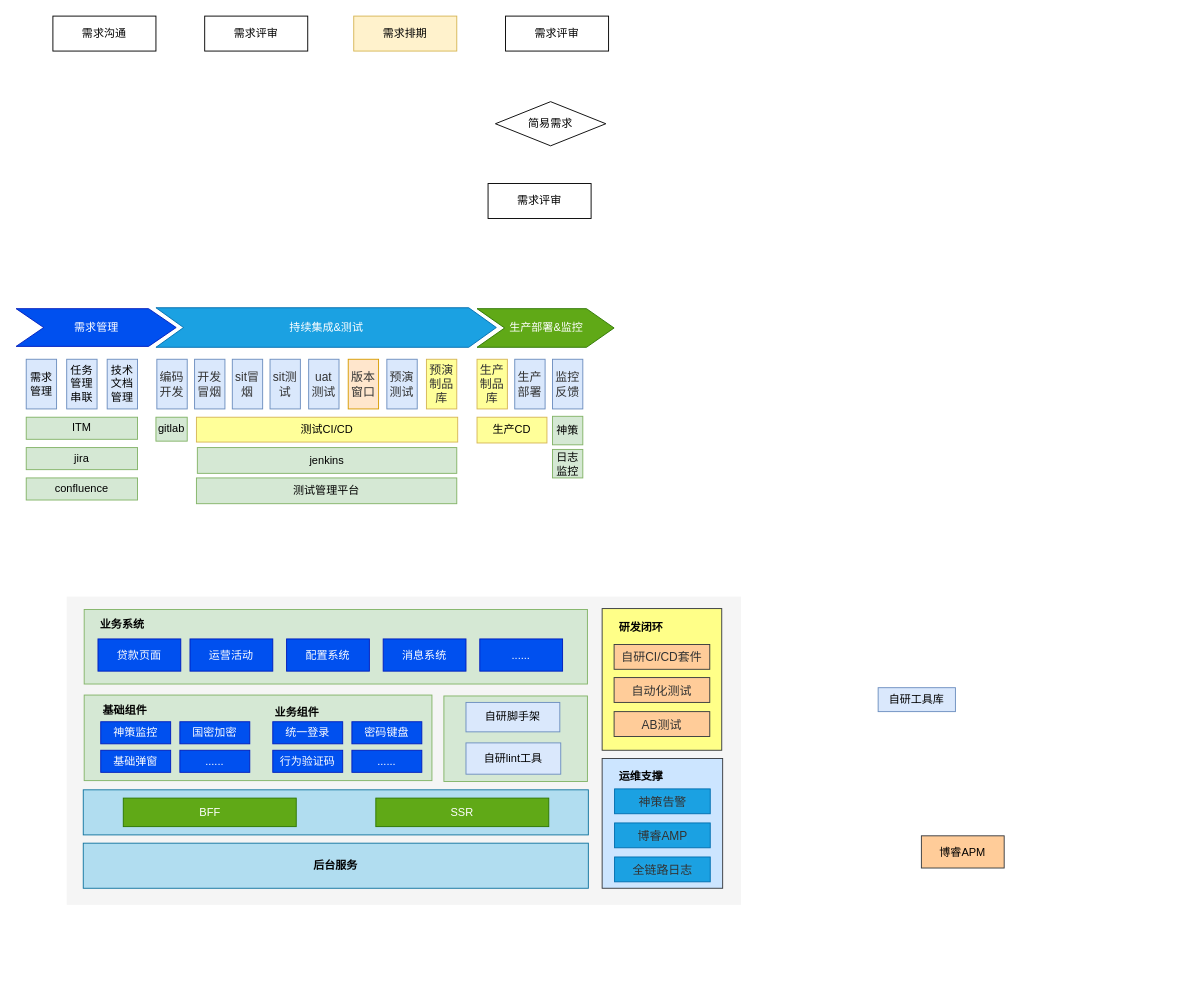
The draw.io diagram src/Untitled Diagram.drawio in qqstt/diagram, before the edit. Source tidied: cells renumbered, new cells numbered last; positions are measured from the earlier drawing's top-left corner, leaving out a move shared by most shapes. Both pictures are drawn from the tidied source at 92%, with x=0, y=0 at pixel (16, 16).
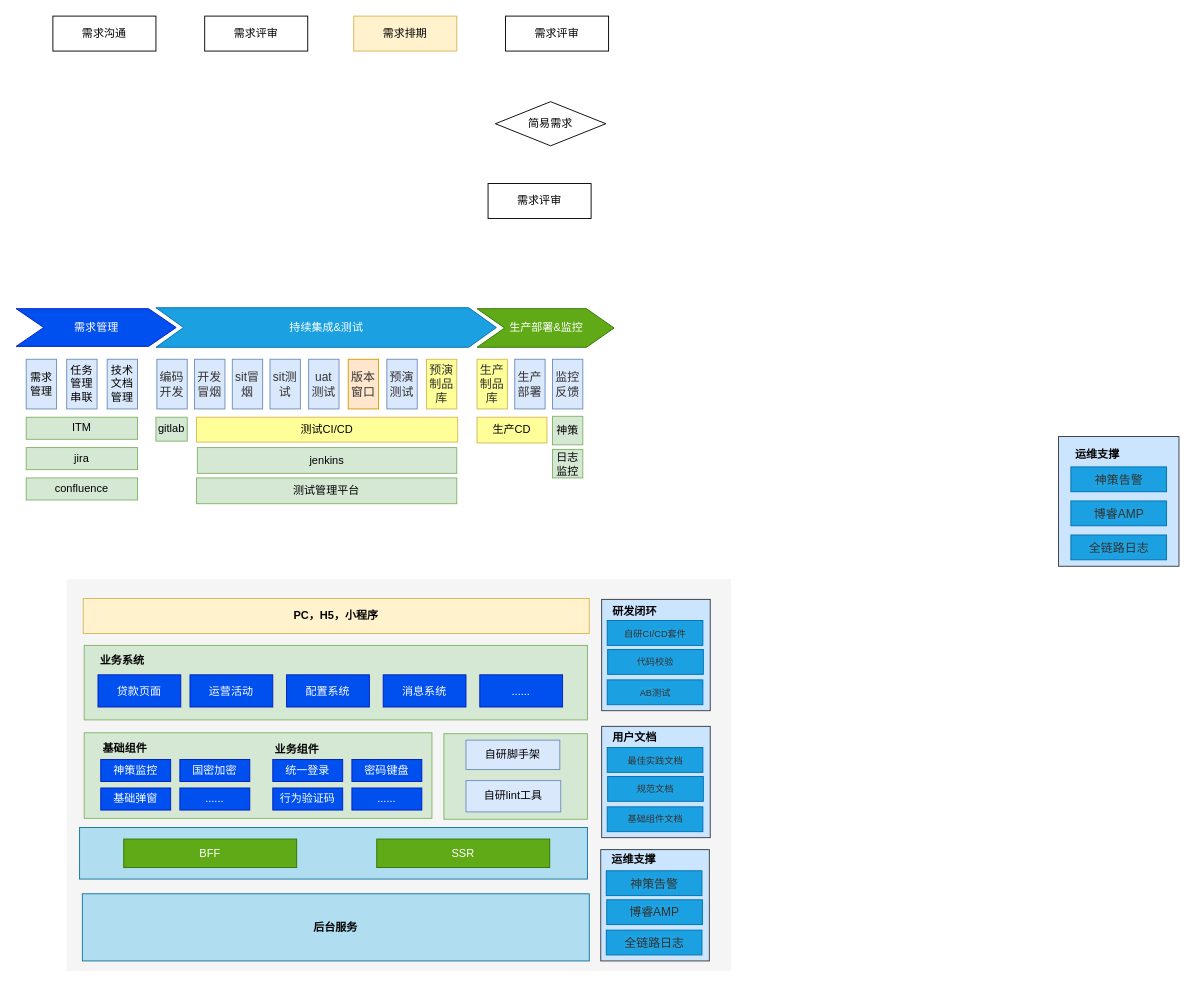
After the change.

Change to the diagram source:
```diff
@@
-    <mxCell id="35" value="博睿APM" style="rounded=0;whiteSpace=wrap;html=1;fillColor=#ffcc99;strokeColor=#36393d;" parent="1" vertex="1">
-      <mxGeometry x="984" y="891" width="90" height="35" as="geometry" />
-    </mxCell>
-    <mxCell id="36" value="自研工具库" style="rounded=0;whiteSpace=wrap;html=1;fillColor=#dae8fc;strokeColor=#6c8ebf;" parent="1" vertex="1">
-      <mxGeometry x="937" y="730" width="84" height="26" as="geometry" />
-    </mxCell>
     <mxCell id="37" style="rounded=0;whiteSpace=wrap;html=1;fillColor=#f5f5f5;strokeColor=none;strokeWidth=1;perimeterSpacing=8;shadow=0;sketch=0;glass=0;fontColor=#333333;" parent="1" vertex="1">
-      <mxGeometry x="55" y="631" width="733" height="335" as="geometry" />
+      <mxGeometry x="55" y="612" width="722" height="426" as="geometry" />
     </mxCell>
     <mxCell id="38" style="rounded=0;whiteSpace=wrap;html=1;fillColor=#d5e8d4;strokeColor=#82b366;" parent="1" vertex="1">
-      <mxGeometry x="74" y="645" width="547" height="81" as="geometry" />
+      <mxGeometry x="74" y="684" width="547" height="81" as="geometry" />
     </mxCell>
     <mxCell id="39" value="&lt;b&gt;业务系统&lt;/b&gt;" style="text;html=1;align=center;verticalAlign=middle;fillColor=none;strokeColor=none;rounded=0;" parent="1" vertex="1">
-      <mxGeometry x="86" y="653" width="58" height="18" as="geometry" />
+      <mxGeometry x="86" y="692" width="58" height="18" as="geometry" />
     </mxCell>
     <mxCell id="40" value="贷款页面" style="rounded=0;whiteSpace=wrap;html=1;fillColor=#0050ef;strokeColor=#001DBC;fontColor=#ffffff;" parent="1" vertex="1">
-      <mxGeometry x="89" y="677" width="90" height="35" as="geometry" />
+      <mxGeometry x="89" y="716" width="90" height="35" as="geometry" />
     </mxCell>
     <mxCell id="41" value="运营活动" style="rounded=0;whiteSpace=wrap;html=1;fillColor=#0050ef;strokeColor=#001DBC;fontColor=#ffffff;" parent="1" vertex="1">
-      <mxGeometry x="189" y="677" width="90" height="35" as="geometry" />
+      <mxGeometry x="189" y="716" width="90" height="35" as="geometry" />
     </mxCell>
     <mxCell id="42" value="配置系统" style="rounded=0;whiteSpace=wrap;html=1;fillColor=#0050ef;strokeColor=#001DBC;fontColor=#ffffff;" parent="1" vertex="1">
-      <mxGeometry x="294" y="677" width="90" height="35" as="geometry" />
+      <mxGeometry x="294" y="716" width="90" height="35" as="geometry" />
     </mxCell>
     <mxCell id="43" value="消息系统" style="rounded=0;whiteSpace=wrap;html=1;fillColor=#0050ef;strokeColor=#001DBC;fontColor=#ffffff;" parent="1" vertex="1">
-      <mxGeometry x="399" y="677" width="90" height="35" as="geometry" />
+      <mxGeometry x="399" y="716" width="90" height="35" as="geometry" />
     </mxCell>
     <mxCell id="44" value="......" style="rounded=0;whiteSpace=wrap;html=1;fillColor=#0050ef;strokeColor=#001DBC;fontColor=#ffffff;" parent="1" vertex="1">
-      <mxGeometry x="504" y="677" width="90" height="35" as="geometry" />
+      <mxGeometry x="504" y="716" width="90" height="35" as="geometry" />
     </mxCell>
     <mxCell id="45" style="rounded=0;whiteSpace=wrap;html=1;fillColor=#d5e8d4;strokeColor=#82b366;" parent="1" vertex="1">
-      <mxGeometry x="74" y="738" width="378" height="93" as="geometry" />
+      <mxGeometry x="74" y="779" width="378" height="93" as="geometry" />
     </mxCell>
     <mxCell id="46" style="rounded=0;whiteSpace=wrap;html=1;fillColor=#b1ddf0;strokeColor=#10739e;" parent="1" vertex="1">
-      <mxGeometry x="73" y="841" width="549" height="49" as="geometry" />
+      <mxGeometry x="69" y="882" width="552" height="56" as="geometry" />
     </mxCell>
     <mxCell id="47" value="&lt;b&gt;后台服务&lt;/b&gt;" style="rounded=0;whiteSpace=wrap;html=1;fillColor=#b1ddf0;strokeColor=#10739e;" parent="1" vertex="1">
-      <mxGeometry x="73" y="899" width="549" height="49" as="geometry" />
+      <mxGeometry x="72" y="954" width="551" height="73" as="geometry" />
     </mxCell>
-    <mxCell id="48" style="rounded=0;whiteSpace=wrap;html=1;fillColor=#ffff88;strokeColor=#36393d;" parent="1" vertex="1">
-      <mxGeometry x="637" y="644" width="130" height="154" as="geometry" />
+    <mxCell id="48" style="rounded=0;whiteSpace=wrap;html=1;fillColor=#cce5ff;strokeColor=#36393d;" parent="1" vertex="1">
+      <mxGeometry x="636.5" y="634" width="118" height="121" as="geometry" />
     </mxCell>
     <mxCell id="49" value="BFF" style="rounded=0;whiteSpace=wrap;html=1;fillColor=#60a917;strokeColor=#2D7600;fontColor=#ffffff;" parent="1" vertex="1">
-      <mxGeometry x="116.5" y="850" width="188" height="31" as="geometry" />
+      <mxGeometry x="117" y="894.5" width="188" height="31" as="geometry" />
     </mxCell>
     <mxCell id="50" value="&lt;b&gt;研发闭环&lt;/b&gt;" style="text;html=1;align=center;verticalAlign=middle;fillColor=none;strokeColor=none;rounded=0;" parent="1" vertex="1">
-      <mxGeometry x="650" y="656" width="58" height="18" as="geometry" />
+      <mxGeometry x="642.5" y="639" width="58" height="18" as="geometry" />
     </mxCell>
-    <mxCell id="51" value="&lt;font color=&quot;#323232&quot;&gt;&lt;span style=&quot;font-size: 13px ; background-color: rgba(255 , 255 , 255 , 0.01)&quot;&gt;自研CI/CD套件&lt;/span&gt;&lt;/font&gt;" style="rounded=0;whiteSpace=wrap;html=1;fillColor=#ffcc99;strokeColor=#36393d;" parent="1" vertex="1">
-      <mxGeometry x="650" y="683" width="104" height="27" as="geometry" />
+    <mxCell id="51" value="&lt;font color=&quot;#323232&quot; style=&quot;font-size: 10px;&quot;&gt;&lt;span style=&quot;font-size: 10px; background-color: rgba(255, 255, 255, 0.01);&quot;&gt;自研CI/CD套件&lt;/span&gt;&lt;/font&gt;" style="rounded=0;whiteSpace=wrap;html=1;fillColor=#1ba1e2;strokeColor=#006EAF;fontSize=10;fontColor=#ffffff;" parent="1" vertex="1">
+      <mxGeometry x="642.5" y="657" width="104" height="27" as="geometry" />
     </mxCell>
-    <mxCell id="52" value="&lt;font color=&quot;#323232&quot;&gt;&lt;span style=&quot;font-size: 13px ; background-color: rgba(255 , 255 , 255 , 0.01)&quot;&gt;自动化测试&lt;/span&gt;&lt;/font&gt;" style="rounded=0;whiteSpace=wrap;html=1;fillColor=#ffcc99;strokeColor=#36393d;" parent="1" vertex="1">
-      <mxGeometry x="650" y="719" width="104" height="27" as="geometry" />
+    <mxCell id="52" value="&lt;font color=&quot;#323232&quot; style=&quot;font-size: 10px;&quot;&gt;&lt;span style=&quot;font-size: 10px; background-color: rgba(255, 255, 255, 0.01);&quot;&gt;代码校验&lt;/span&gt;&lt;/font&gt;" style="rounded=0;whiteSpace=wrap;html=1;fillColor=#1ba1e2;strokeColor=#006EAF;fontSize=10;fontColor=#ffffff;" parent="1" vertex="1">
+      <mxGeometry x="643" y="688.5" width="104" height="27" as="geometry" />
     </mxCell>
-    <mxCell id="53" value="&lt;font color=&quot;#323232&quot;&gt;&lt;span style=&quot;font-size: 13px ; background-color: rgba(255 , 255 , 255 , 0.01)&quot;&gt;AB测试&lt;/span&gt;&lt;/font&gt;" style="rounded=0;whiteSpace=wrap;html=1;fillColor=#ffcc99;strokeColor=#36393d;" parent="1" vertex="1">
-      <mxGeometry x="650" y="756" width="104" height="27" as="geometry" />
+    <mxCell id="53" value="&lt;font color=&quot;#323232&quot; style=&quot;font-size: 10px;&quot;&gt;&lt;span style=&quot;font-size: 10px; background-color: rgba(255, 255, 255, 0.01);&quot;&gt;AB测试&lt;/span&gt;&lt;/font&gt;" style="rounded=0;whiteSpace=wrap;html=1;fillColor=#1ba1e2;strokeColor=#006EAF;fontSize=10;fontColor=#ffffff;" parent="1" vertex="1">
+      <mxGeometry x="642.5" y="721.5" width="104" height="27" as="geometry" />
     </mxCell>
     <mxCell id="54" style="rounded=0;whiteSpace=wrap;html=1;fillColor=#cce5ff;strokeColor=#36393d;" parent="1" vertex="1">
-      <mxGeometry x="637" y="807" width="131" height="141" as="geometry" />
+      <mxGeometry x="1133" y="457" width="131" height="141" as="geometry" />
     </mxCell>
     <mxCell id="55" value="&lt;b&gt;运维支撑&lt;/b&gt;" style="text;html=1;align=center;verticalAlign=middle;fillColor=none;strokeColor=none;rounded=0;" parent="1" vertex="1">
-      <mxGeometry x="650" y="818" width="58" height="18" as="geometry" />
+      <mxGeometry x="1146" y="468" width="58" height="18" as="geometry" />
     </mxCell>
     <mxCell id="56" value="&lt;font color=&quot;#323232&quot;&gt;&lt;span style=&quot;font-size: 13px ; background-color: rgba(255 , 255 , 255 , 0.01)&quot;&gt;神策告警&lt;/span&gt;&lt;/font&gt;" style="rounded=0;whiteSpace=wrap;html=1;fillColor=#1ba1e2;strokeColor=#006EAF;fontColor=#ffffff;" parent="1" vertex="1">
-      <mxGeometry x="650.5" y="840" width="104" height="27" as="geometry" />
+      <mxGeometry x="1146.5" y="490" width="104" height="27" as="geometry" />
     </mxCell>
     <mxCell id="57" value="&lt;font color=&quot;#323232&quot;&gt;&lt;span style=&quot;font-size: 13px ; background-color: rgba(255 , 255 , 255 , 0.01)&quot;&gt;博睿AMP&lt;/span&gt;&lt;/font&gt;" style="rounded=0;whiteSpace=wrap;html=1;fillColor=#1ba1e2;strokeColor=#006EAF;fontColor=#ffffff;" parent="1" vertex="1">
-      <mxGeometry x="650.5" y="877" width="104" height="27" as="geometry" />
+      <mxGeometry x="1146.5" y="527" width="104" height="27" as="geometry" />
     </mxCell>
     <mxCell id="58" value="&lt;font color=&quot;#323232&quot;&gt;&lt;span style=&quot;font-size: 13px ; background-color: rgba(255 , 255 , 255 , 0.01)&quot;&gt;全链路日志&lt;/span&gt;&lt;/font&gt;" style="rounded=0;whiteSpace=wrap;html=1;fillColor=#1ba1e2;strokeColor=#006EAF;fontColor=#ffffff;" parent="1" vertex="1">
-      <mxGeometry x="650.5" y="914" width="104" height="27" as="geometry" />
+      <mxGeometry x="1146.5" y="564" width="104" height="27" as="geometry" />
     </mxCell>
     <mxCell id="59" value="SSR" style="rounded=0;whiteSpace=wrap;html=1;fillColor=#60a917;strokeColor=#2D7600;fontColor=#ffffff;" parent="1" vertex="1">
-      <mxGeometry x="391" y="850" width="188" height="31" as="geometry" />
+      <mxGeometry x="392" y="894.5" width="188" height="31" as="geometry" />
     </mxCell>
     <mxCell id="60" style="rounded=0;whiteSpace=wrap;html=1;fillColor=#d5e8d4;strokeColor=#82b366;" parent="1" vertex="1">
-      <mxGeometry x="465" y="739" width="156" height="93" as="geometry" />
+      <mxGeometry x="465" y="780" width="156" height="93" as="geometry" />
     </mxCell>
     <mxCell id="61" value="自研脚手架" style="rounded=0;whiteSpace=wrap;html=1;fillColor=#dae8fc;strokeColor=#6c8ebf;" parent="1" vertex="1">
-      <mxGeometry x="489" y="746" width="102" height="32" as="geometry" />
+      <mxGeometry x="489" y="787" width="102" height="32" as="geometry" />
     </mxCell>
     <mxCell id="62" value="自研lint工具" style="rounded=0;whiteSpace=wrap;html=1;fillColor=#dae8fc;strokeColor=#6c8ebf;" parent="1" vertex="1">
-      <mxGeometry x="489" y="790" width="103" height="34" as="geometry" />
+      <mxGeometry x="489" y="831" width="103" height="34" as="geometry" />
     </mxCell>
     <mxCell id="63" value="&lt;b&gt;基础组件&lt;/b&gt;" style="text;html=1;align=center;verticalAlign=middle;fillColor=none;strokeColor=none;rounded=0;" parent="1" vertex="1">
-      <mxGeometry x="89" y="746" width="58" height="18" as="geometry" />
+      <mxGeometry x="89" y="787" width="58" height="18" as="geometry" />
     </mxCell>
     <mxCell id="64" value="&lt;b&gt;业务组件&lt;/b&gt;" style="text;html=1;align=center;verticalAlign=middle;fillColor=none;strokeColor=none;rounded=0;" parent="1" vertex="1">
-      <mxGeometry x="276" y="748" width="58" height="18" as="geometry" />
+      <mxGeometry x="276" y="789" width="58" height="18" as="geometry" />
     </mxCell>
     <mxCell id="65" value="统一登录" style="rounded=0;whiteSpace=wrap;html=1;fillColor=#0050ef;strokeColor=#001DBC;fontColor=#ffffff;" parent="1" vertex="1">
-      <mxGeometry x="279" y="767" width="76" height="24" as="geometry" />
+      <mxGeometry x="279" y="808" width="76" height="24" as="geometry" />
     </mxCell>
     <mxCell id="66" value="密码键盘" style="rounded=0;whiteSpace=wrap;html=1;fillColor=#0050ef;strokeColor=#001DBC;fontColor=#ffffff;" parent="1" vertex="1">
-      <mxGeometry x="365" y="767" width="76" height="24" as="geometry" />
+      <mxGeometry x="365" y="808" width="76" height="24" as="geometry" />
     </mxCell>
     <mxCell id="67" value="行为验证码" style="rounded=0;whiteSpace=wrap;html=1;fillColor=#0050ef;strokeColor=#001DBC;fontColor=#ffffff;" parent="1" vertex="1">
-      <mxGeometry x="279" y="798" width="76" height="24" as="geometry" />
+      <mxGeometry x="279" y="839" width="76" height="24" as="geometry" />
     </mxCell>
     <mxCell id="68" value="......" style="rounded=0;whiteSpace=wrap;html=1;fillColor=#0050ef;strokeColor=#001DBC;fontColor=#ffffff;" parent="1" vertex="1">
-      <mxGeometry x="365" y="798" width="76" height="24" as="geometry" />
+      <mxGeometry x="365" y="839" width="76" height="24" as="geometry" />
     </mxCell>
     <mxCell id="69" value="神策监控" style="rounded=0;whiteSpace=wrap;html=1;fillColor=#0050ef;strokeColor=#001DBC;fontColor=#ffffff;" parent="1" vertex="1">
-      <mxGeometry x="92" y="767" width="76" height="24" as="geometry" />
+      <mxGeometry x="92" y="808" width="76" height="24" as="geometry" />
     </mxCell>
     <mxCell id="70" value="国密加密" style="rounded=0;whiteSpace=wrap;html=1;fillColor=#0050ef;strokeColor=#001DBC;fontColor=#ffffff;" parent="1" vertex="1">
-      <mxGeometry x="178" y="767" width="76" height="24" as="geometry" />
+      <mxGeometry x="178" y="808" width="76" height="24" as="geometry" />
     </mxCell>
     <mxCell id="71" value="基础弹窗" style="rounded=0;whiteSpace=wrap;html=1;fillColor=#0050ef;strokeColor=#001DBC;fontColor=#ffffff;" parent="1" vertex="1">
-      <mxGeometry x="92" y="798" width="76" height="24" as="geometry" />
+      <mxGeometry x="92" y="839" width="76" height="24" as="geometry" />
     </mxCell>
     <mxCell id="72" value="......" style="rounded=0;whiteSpace=wrap;html=1;fillColor=#0050ef;strokeColor=#001DBC;fontColor=#ffffff;" parent="1" vertex="1">
-      <mxGeometry x="178" y="798" width="76" height="24" as="geometry" />
+      <mxGeometry x="178" y="839" width="76" height="24" as="geometry" />
     </mxCell>
+    <mxCell id="73" style="rounded=0;whiteSpace=wrap;html=1;fillColor=#cce5ff;strokeColor=#36393d;" parent="1" vertex="1">
+      <mxGeometry x="636.5" y="772" width="118" height="121" as="geometry" />
+    </mxCell>
+    <mxCell id="74" value="&lt;b&gt;用户文档&lt;/b&gt;" style="text;html=1;align=center;verticalAlign=middle;fillColor=none;strokeColor=none;rounded=0;" parent="1" vertex="1">
+      <mxGeometry x="642.5" y="775" width="58" height="18" as="geometry" />
+    </mxCell>
+    <mxCell id="75" value="&lt;span style=&quot;color: rgb(50 , 50 , 50) ; background-color: rgba(255 , 255 , 255 , 0.01)&quot;&gt;最佳实践文档&lt;/span&gt;" style="rounded=0;whiteSpace=wrap;html=1;fillColor=#1ba1e2;strokeColor=#006EAF;fontSize=10;fontColor=#ffffff;" parent="1" vertex="1">
+      <mxGeometry x="642.5" y="795" width="104" height="27" as="geometry" />
+    </mxCell>
+    <mxCell id="76" value="&lt;span style=&quot;color: rgb(50 , 50 , 50) ; background-color: rgba(255 , 255 , 255 , 0.01)&quot;&gt;规范文档&lt;/span&gt;" style="rounded=0;whiteSpace=wrap;html=1;fillColor=#1ba1e2;strokeColor=#006EAF;fontSize=10;fontColor=#ffffff;" parent="1" vertex="1">
+      <mxGeometry x="643" y="826.5" width="104" height="27" as="geometry" />
+    </mxCell>
+    <mxCell id="77" value="&lt;span style=&quot;color: rgb(50 , 50 , 50) ; background-color: rgba(255 , 255 , 255 , 0.01)&quot;&gt;基础组件文档&lt;/span&gt;" style="rounded=0;whiteSpace=wrap;html=1;fillColor=#1ba1e2;strokeColor=#006EAF;fontSize=10;fontColor=#ffffff;" parent="1" vertex="1">
+      <mxGeometry x="642.5" y="859.5" width="104" height="27" as="geometry" />
+    </mxCell>
+    <mxCell id="78" style="rounded=0;whiteSpace=wrap;html=1;fillColor=#cce5ff;strokeColor=#36393d;" parent="1" vertex="1">
+      <mxGeometry x="635.5" y="906" width="118" height="121" as="geometry" />
+    </mxCell>
+    <mxCell id="79" value="&lt;b&gt;运维支撑&lt;/b&gt;" style="text;html=1;align=center;verticalAlign=middle;fillColor=none;strokeColor=none;rounded=0;" parent="1" vertex="1">
+      <mxGeometry x="641.5" y="908" width="58" height="18" as="geometry" />
+    </mxCell>
+    <mxCell id="80" value="&lt;span style=&quot;color: rgb(50 , 50 , 50) ; font-size: 13px ; background-color: rgba(255 , 255 , 255 , 0.01)&quot;&gt;神策告警&lt;/span&gt;" style="rounded=0;whiteSpace=wrap;html=1;fillColor=#1ba1e2;strokeColor=#006EAF;fontSize=10;fontColor=#ffffff;" parent="1" vertex="1">
+      <mxGeometry x="641.5" y="929" width="104" height="27" as="geometry" />
+    </mxCell>
+    <mxCell id="81" value="&lt;span style=&quot;color: rgb(50 , 50 , 50) ; font-size: 13px ; background-color: rgba(255 , 255 , 255 , 0.01)&quot;&gt;博睿AMP&lt;/span&gt;" style="rounded=0;whiteSpace=wrap;html=1;fillColor=#1ba1e2;strokeColor=#006EAF;fontSize=10;fontColor=#ffffff;" parent="1" vertex="1">
+      <mxGeometry x="642" y="960.5" width="104" height="27" as="geometry" />
+    </mxCell>
+    <mxCell id="82" value="&lt;span style=&quot;color: rgb(50 , 50 , 50) ; font-size: 13px ; background-color: rgba(255 , 255 , 255 , 0.01)&quot;&gt;全链路日志&lt;/span&gt;" style="rounded=0;whiteSpace=wrap;html=1;fillColor=#1ba1e2;strokeColor=#006EAF;fontSize=10;fontColor=#ffffff;" parent="1" vertex="1">
+      <mxGeometry x="641.5" y="993.5" width="104" height="27" as="geometry" />
+    </mxCell>
+    <mxCell id="83" value="&lt;b&gt;PC，H5，小程序&lt;/b&gt;" style="rounded=0;whiteSpace=wrap;html=1;fillColor=#fff2cc;strokeColor=#d6b656;" parent="1" vertex="1">
+      <mxGeometry x="73" y="633" width="550" height="38" as="geometry" />
+    </mxCell>
```
